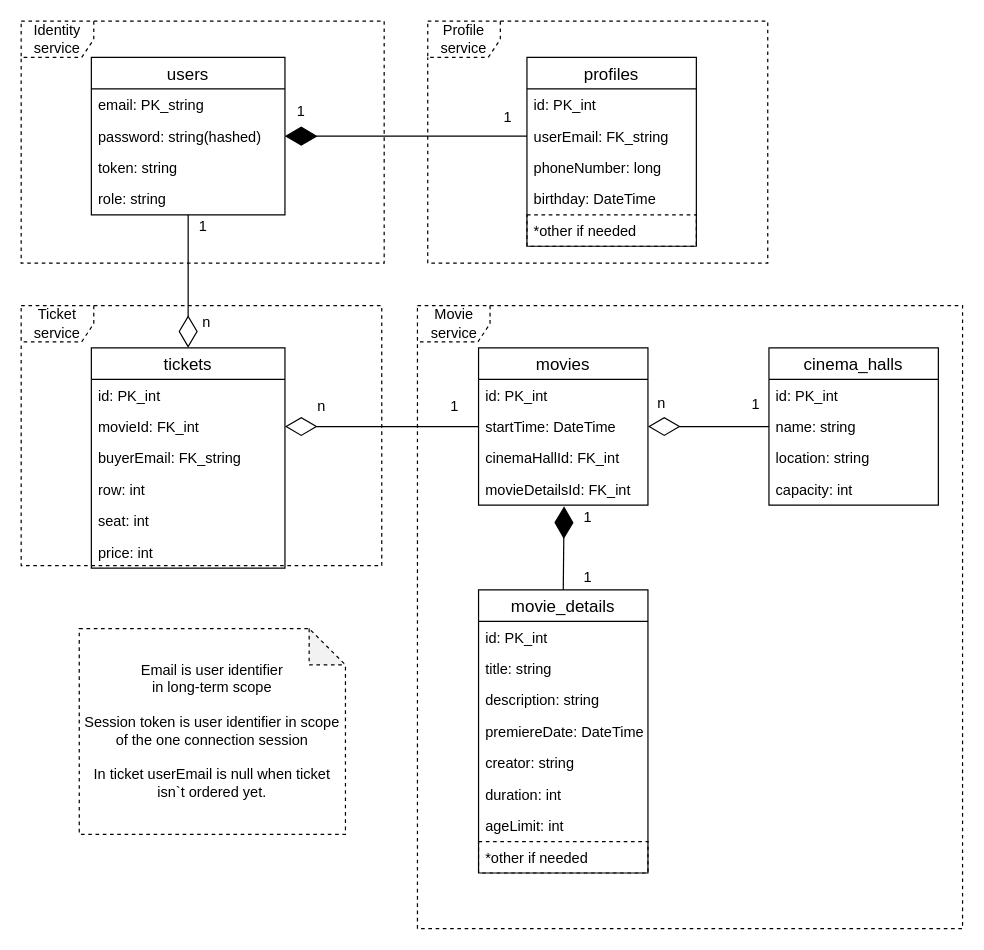
Before: docs/Database_Entities.drawio in ArtemK123/Ticket_Flow, a draw.io diagram. Source tidied: cells renumbered, new cells numbered last; positions are measured from the earlier drawing's top-left corner, leaving out a move shared by most shapes. Both pictures are drawn from the tidied source at 121%, with x=0, y=0 at pixel (21, 21).
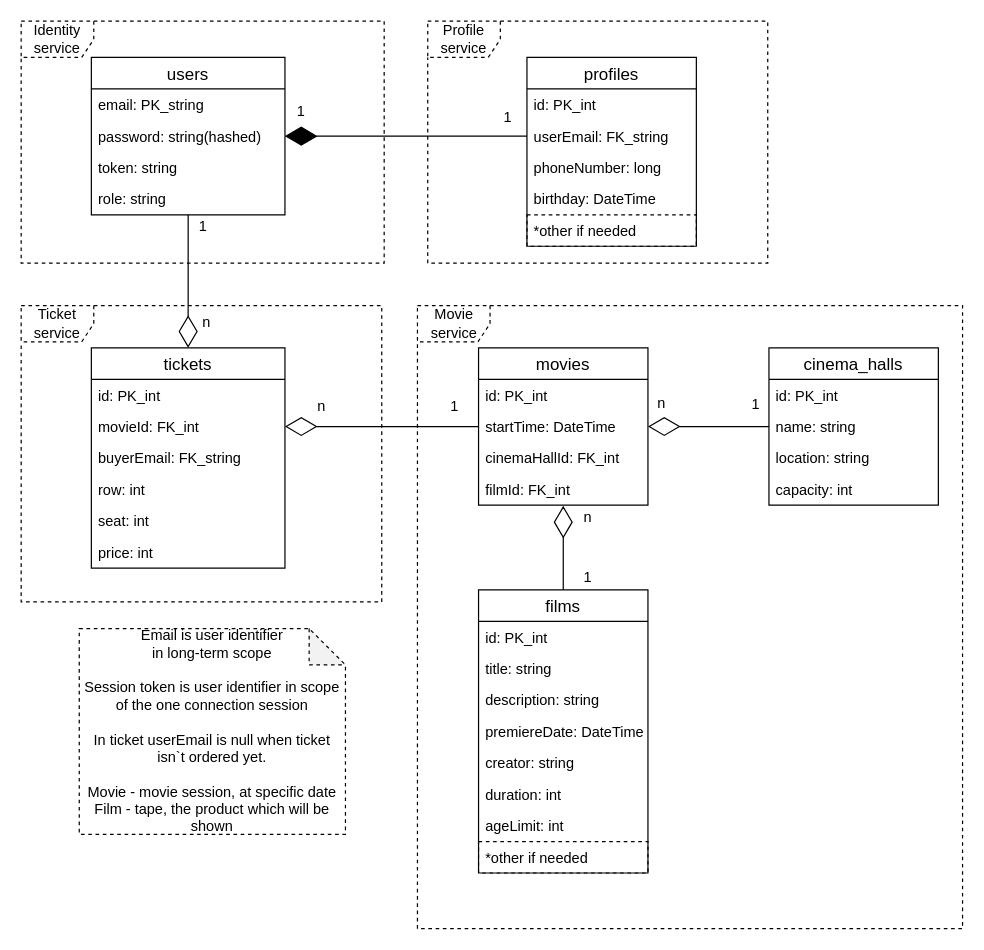
The same page after the edit.

Commit message (it also covers changes not shown here):
Changed the movie-service database

The change refers to these unchanged cells:
```xml
<mxCell id="17" value="movies" style="swimlane;fontStyle=0;horizontal=1;startSize=26;align=center;fontSize=14;" parent="1" vertex="1">
  <mxGeometry x="378" y="270" width="140" height="130" as="geometry" />
</mxCell>
```

Diff of the diagram source:
```diff
@@
     <mxCell id="3" value="Ticket service" style="shape=umlFrame;whiteSpace=wrap;html=1;dashed=1;strokeColor=#000000;" parent="1" vertex="1">
-      <mxGeometry y="235" width="298" height="215" as="geometry" />
+      <mxGeometry y="235" width="298" height="245" as="geometry" />
     </mxCell>
@@
-    <mxCell id="6" style="endArrow=diamondThin;endFill=1;endSize=24;html=1;exitX=0.5;exitY=0;exitDx=0;exitDy=0;entryX=0.505;entryY=1.038;entryDx=0;entryDy=0;entryPerimeter=0;" parent="1" edge="1" source="22" target="21">
-      <mxGeometry relative="1" as="geometry" />
-    </mxCell>
@@
-    <mxCell id="13" value="1" style="text;html=1;align=center;verticalAlign=middle;" parent="1" vertex="1">
+    <mxCell id="13" value="n" style="text;html=1;align=center;verticalAlign=middle;" parent="1" vertex="1">
       <mxGeometry x="458" y="400" width="20" height="20" as="geometry" />
     </mxCell>
@@
-    <mxCell id="21" value="movieDetailsId: FK_int" style="text;strokeColor=none;fillColor=none;spacingLeft=4;spacingRight=4;overflow=hidden;points=[[0,0.5],[1,0.5]];portConstraint=eastwest;fontSize=12;" parent="17" vertex="1">
+    <mxCell id="21" value="filmId: FK_int" style="text;strokeColor=none;fillColor=none;spacingLeft=4;spacingRight=4;overflow=hidden;points=[[0,0.5],[1,0.5]];portConstraint=eastwest;fontSize=12;" parent="17" vertex="1">
       <mxGeometry y="104" width="140" height="26" as="geometry" />
     </mxCell>
-    <mxCell id="22" value="movie_details" style="swimlane;fontStyle=0;horizontal=1;startSize=26;align=center;fontSize=14;" parent="1" vertex="1">
+    <mxCell id="22" value="films" style="swimlane;fontStyle=0;horizontal=1;startSize=26;align=center;fontSize=14;" parent="1" vertex="1">
       <mxGeometry x="378" y="470" width="140" height="234" as="geometry" />
     </mxCell>
@@
-    <mxCell id="46" value="Email is user identifier &lt;br&gt;in long-term scope&lt;br&gt;&lt;br&gt;Session token is user identifier in scope of the one connection session&lt;br&gt;&lt;br&gt;In ticket userEmail is null when ticket isn`t ordered yet." style="shape=note;whiteSpace=wrap;html=1;backgroundOutline=1;darkOpacity=0.05;dashed=1;strokeColor=#000000;" parent="1" vertex="1">
+    <mxCell id="46" value="Email is user identifier &lt;br&gt;in long-term scope&lt;br&gt;&lt;br&gt;Session token is user identifier in scope of the one connection session&lt;br&gt;&lt;br&gt;In ticket userEmail is null when ticket isn`t ordered yet.&lt;br&gt;&lt;br&gt;Movie - movie session, at specific date&lt;br&gt;Film - tape, the product which will be shown" style="shape=note;whiteSpace=wrap;html=1;backgroundOutline=1;darkOpacity=0.05;dashed=1;strokeColor=#000000;" parent="1" vertex="1">
       <mxGeometry x="48" y="502" width="220" height="170" as="geometry" />
     </mxCell>
@@
+    <mxCell id="6" style="endArrow=diamondThin;endFill=0;endSize=24;html=1;entryX=0.5;entryY=1.021;entryDx=0;entryDy=0;exitX=0.5;exitY=0;exitDx=0;exitDy=0;entryPerimeter=0;" parent="1" edge="1" source="22" target="21">
+      <mxGeometry relative="1" as="geometry" />
+    </mxCell>
```
